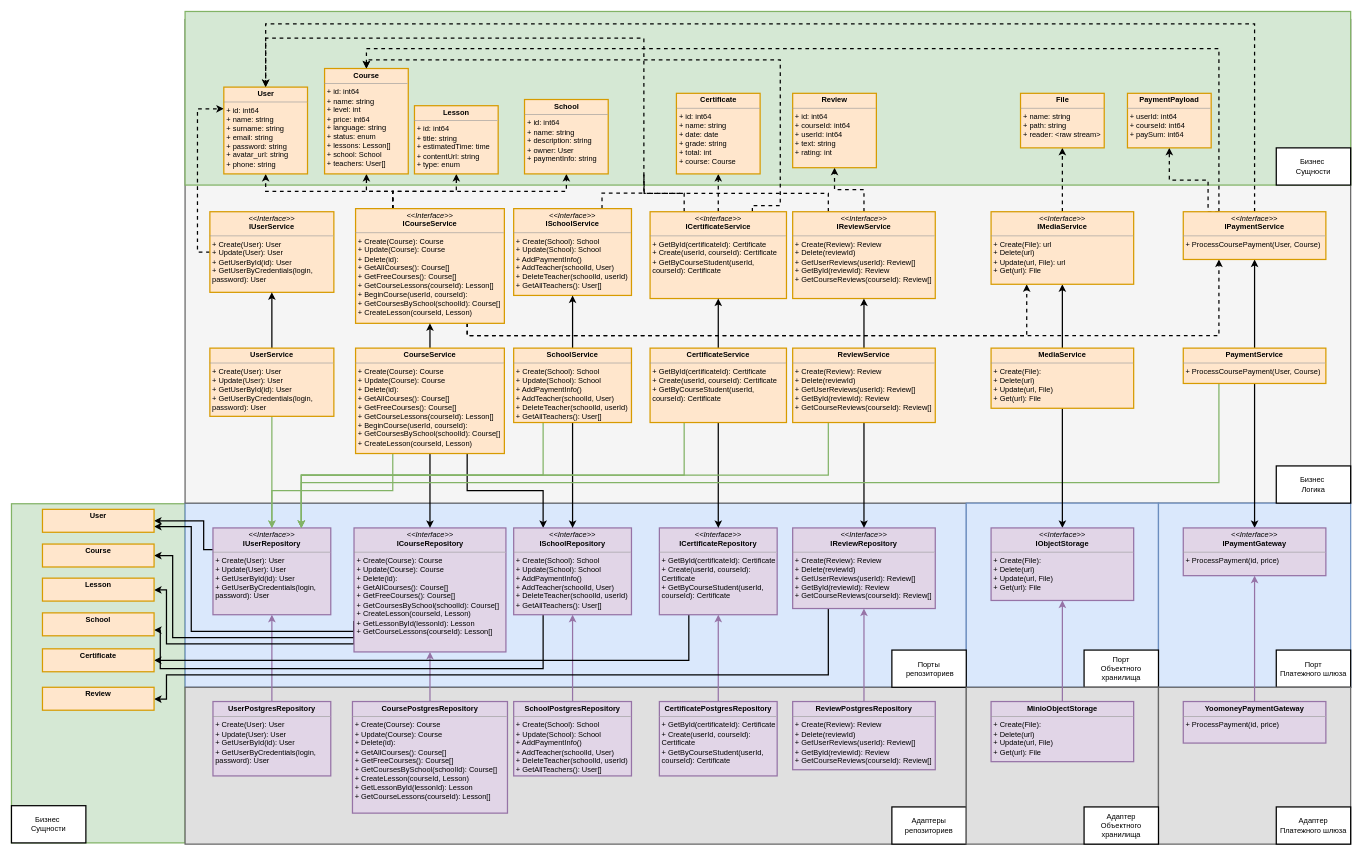
Before: docs/images/class.drawio in paw1a/eschool, a draw.io diagram. Source tidied: cells renumbered, new cells numbered last; positions are measured from the earlier drawing's top-left corner, leaving out a move shared by most shapes. Both pictures are drawn from the tidied source at 62%, with x=0, y=0 at pixel (11, 11).
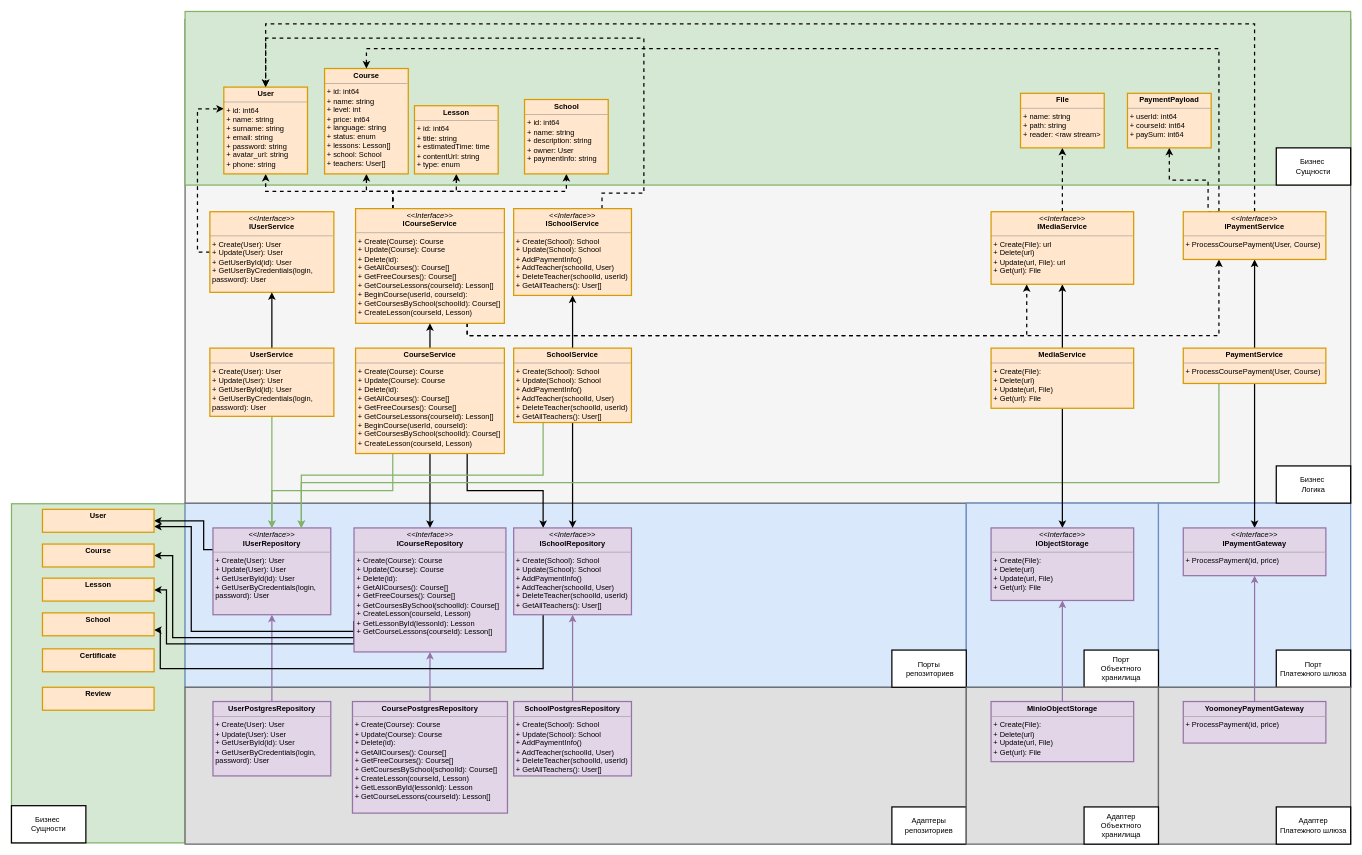
After the change.

The change refers to these unchanged cells:
```xml
<mxCell id="8" value="&lt;p style=&quot;margin:0px;margin-top:4px;text-align:center;&quot;&gt;&lt;i&gt;&amp;lt;&amp;lt;Interface&amp;gt;&amp;gt;&lt;/i&gt;&lt;br&gt;&lt;b&gt;IUserRepository&lt;/b&gt;&lt;/p&gt;&lt;hr size=&quot;1&quot;&gt;&lt;p style=&quot;border-color: var(--border-color); margin: 0px 0px 0px 4px;&quot;&gt;+ Create(User): User&lt;br style=&quot;border-color: var(--border-color);&quot;&gt;+ Update(User): User&lt;/p&gt;&lt;p style=&quot;border-color: var(--border-color); margin: 0px 0px 0px 4px;&quot;&gt;+ GetUserById(id): User&lt;/p&gt;&lt;p style=&quot;border-color: var(--border-color); margin: 0px 0px 0px 4px;&quot;&gt;+ GetUserByCredentials(login, password): User&lt;/p&gt;" style="verticalAlign=top;align=left;overflow=fill;fontSize=12;fontFamily=Helvetica;html=1;whiteSpace=wrap;strokeWidth=2;fillColor=#e1d5e7;strokeColor=#9673a6;" parent="1" vertex="1">
  <mxGeometry x="325" y="833" width="190" height="140" as="geometry" />
</mxCell>
<mxCell id="68" value="&lt;p style=&quot;margin:0px;margin-top:4px;text-align:center;&quot;&gt;&lt;b&gt;Course&lt;/b&gt;&lt;/p&gt;&lt;hr size=&quot;1&quot;&gt;&lt;p style=&quot;border-color: var(--border-color); margin: 0px 0px 0px 4px;&quot;&gt;+ id: int64&lt;br style=&quot;border-color: var(--border-color);&quot;&gt;+ name: string&lt;/p&gt;&lt;p style=&quot;border-color: var(--border-color); margin: 0px 0px 0px 4px;&quot;&gt;+ level: int&lt;/p&gt;&lt;p style=&quot;border-color: var(--border-color); margin: 0px 0px 0px 4px;&quot;&gt;+ price: int64&lt;/p&gt;&lt;p style=&quot;border-color: var(--border-color); margin: 0px 0px 0px 4px;&quot;&gt;+ language: string&lt;/p&gt;&lt;p style=&quot;border-color: var(--border-color); margin: 0px 0px 0px 4px;&quot;&gt;+ status: enum&lt;/p&gt;&lt;p style=&quot;border-color: var(--border-color); margin: 0px 0px 0px 4px;&quot;&gt;+ lessons: Lesson[]&lt;/p&gt;&lt;p style=&quot;border-color: var(--border-color); margin: 0px 0px 0px 4px;&quot;&gt;+ school: School&lt;/p&gt;&lt;p style=&quot;border-color: var(--border-color); margin: 0px 0px 0px 4px;&quot;&gt;+ teachers: User[]&lt;/p&gt;" style="verticalAlign=top;align=left;overflow=fill;fontSize=12;fontFamily=Helvetica;html=1;whiteSpace=wrap;strokeWidth=2;fillColor=#ffe6cc;strokeColor=#d79b00;" parent="1" vertex="1">
  <mxGeometry x="505" y="92" width="135" height="170" as="geometry" />
</mxCell>
<mxCell id="78" value="&lt;p style=&quot;margin:0px;margin-top:4px;text-align:center;&quot;&gt;&lt;b&gt;Certificate&lt;/b&gt;&lt;/p&gt;" style="verticalAlign=top;align=left;overflow=fill;fontSize=12;fontFamily=Helvetica;html=1;whiteSpace=wrap;strokeWidth=2;fillColor=#ffe6cc;strokeColor=#d79b00;" parent="1" vertex="1">
  <mxGeometry x="50" y="1028" width="180" height="37" as="geometry" />
</mxCell>
<mxCell id="79" value="&lt;p style=&quot;margin:0px;margin-top:4px;text-align:center;&quot;&gt;&lt;b&gt;Review&lt;/b&gt;&lt;/p&gt;" style="verticalAlign=top;align=left;overflow=fill;fontSize=12;fontFamily=Helvetica;html=1;whiteSpace=wrap;strokeWidth=2;fillColor=#ffe6cc;strokeColor=#d79b00;" parent="1" vertex="1">
  <mxGeometry x="50" y="1090" width="180" height="37" as="geometry" />
</mxCell>
```

Change to the diagram source:
```diff
@@
-    <mxCell id="44" style="edgeStyle=orthogonalEdgeStyle;rounded=0;jettySize=auto;html=1;exitX=0.25;exitY=1;exitDx=0;exitDy=0;entryX=1;entryY=0.5;entryDx=0;entryDy=0;strokeWidth=2;" parent="1" edge="1" source="45" target="78">
-      <mxGeometry relative="1" as="geometry">
-        <Array as="points">
-          <mxPoint x="1093" y="1046" />
-        </Array>
-      </mxGeometry>
-    </mxCell>
-    <mxCell id="45" value="&lt;p style=&quot;margin:0px;margin-top:4px;text-align:center;&quot;&gt;&lt;i&gt;&amp;lt;&amp;lt;Interface&amp;gt;&amp;gt;&lt;/i&gt;&lt;br&gt;&lt;b&gt;ICertificateRepository&lt;/b&gt;&lt;/p&gt;&lt;hr size=&quot;1&quot;&gt;&lt;p style=&quot;border-color: var(--border-color); margin: 0px 0px 0px 4px;&quot;&gt;+ GetById(certificateId): Certificate&lt;br style=&quot;border-color: var(--border-color);&quot;&gt;+ Create(userId, courseId): Certificate&lt;/p&gt;&lt;p style=&quot;border-color: var(--border-color); margin: 0px 0px 0px 4px;&quot;&gt;+ GetByCourseStudent(userId, courseId): Certificate&lt;/p&gt;" style="verticalAlign=top;align=left;overflow=fill;fontSize=12;fontFamily=Helvetica;html=1;whiteSpace=wrap;strokeWidth=2;fillColor=#e1d5e7;strokeColor=#9673a6;" parent="1" vertex="1">
-      <mxGeometry x="1045" y="833" width="190" height="140" as="geometry" />
-    </mxCell>
-    <mxCell id="46" style="edgeStyle=orthogonalEdgeStyle;rounded=0;jettySize=auto;html=1;exitX=0.5;exitY=0;exitDx=0;exitDy=0;entryX=0.5;entryY=1;entryDx=0;entryDy=0;fillColor=#e1d5e7;strokeColor=#9673a6;strokeWidth=2;" parent="1" edge="1" source="47" target="45">
-      <mxGeometry relative="1" as="geometry" />
-    </mxCell>
-    <mxCell id="47" value="&lt;p style=&quot;margin:0px;margin-top:4px;text-align:center;&quot;&gt;&lt;b&gt;CertificatePostgresRepository&lt;/b&gt;&lt;/p&gt;&lt;hr size=&quot;1&quot;&gt;&lt;p style=&quot;border-color: var(--border-color); margin: 0px 0px 0px 4px;&quot;&gt;+ GetById(certificateId): Certificate&lt;br style=&quot;border-color: var(--border-color);&quot;&gt;+ Create(userId, courseId): Certificate&lt;/p&gt;&lt;p style=&quot;border-color: var(--border-color); margin: 0px 0px 0px 4px;&quot;&gt;+ GetByCourseStudent(userId, courseId): Certificate&lt;/p&gt;" style="verticalAlign=top;align=left;overflow=fill;fontSize=12;fontFamily=Helvetica;html=1;whiteSpace=wrap;strokeWidth=2;fillColor=#e1d5e7;strokeColor=#9673a6;" parent="1" vertex="1">
-      <mxGeometry x="1045" y="1113" width="190" height="120" as="geometry" />
-    </mxCell>
-    <mxCell id="48" style="edgeStyle=orthogonalEdgeStyle;rounded=0;jettySize=auto;html=1;exitX=0.25;exitY=0;exitDx=0;exitDy=0;endArrow=none;endFill=0;dashed=1;strokeWidth=2;" parent="1" edge="1" source="51">
-      <mxGeometry relative="1" as="geometry">
-        <mxPoint x="1020" y="263" as="targetPoint" />
-      </mxGeometry>
-    </mxCell>
-    <mxCell id="49" style="edgeStyle=orthogonalEdgeStyle;rounded=0;jettySize=auto;html=1;exitX=0.5;exitY=0;exitDx=0;exitDy=0;entryX=0.5;entryY=1;entryDx=0;entryDy=0;dashed=1;strokeWidth=2;" parent="1" edge="1" source="51" target="70">
-      <mxGeometry relative="1" as="geometry" />
-    </mxCell>
-    <mxCell id="50" style="edgeStyle=orthogonalEdgeStyle;rounded=0;jettySize=auto;html=1;exitX=0.75;exitY=0;exitDx=0;exitDy=0;entryX=0.5;entryY=0;entryDx=0;entryDy=0;dashed=1;strokeWidth=2;" parent="1" edge="1" source="51" target="68">
-      <mxGeometry relative="1" as="geometry">
-        <Array as="points">
-          <mxPoint x="1195" y="313" />
-          <mxPoint x="1240" y="313" />
-          <mxPoint x="1240" y="78" />
-          <mxPoint x="572" y="78" />
-        </Array>
-      </mxGeometry>
-    </mxCell>
-    <mxCell id="51" value="&lt;p style=&quot;margin:0px;margin-top:4px;text-align:center;&quot;&gt;&lt;i&gt;&amp;lt;&amp;lt;Interface&amp;gt;&amp;gt;&lt;/i&gt;&lt;br&gt;&lt;b&gt;ICertificateService&lt;/b&gt;&lt;/p&gt;&lt;hr size=&quot;1&quot;&gt;&lt;p style=&quot;margin:0px;margin-left:4px;&quot;&gt;+ GetById(certificateId): Certificate&lt;br&gt;+ Create(userId, courseId): Certificate&lt;/p&gt;&lt;p style=&quot;margin:0px;margin-left:4px;&quot;&gt;+ GetByCourseStudent(userId, courseId): Certificate&lt;/p&gt;" style="verticalAlign=top;align=left;overflow=fill;fontSize=12;fontFamily=Helvetica;html=1;whiteSpace=wrap;strokeWidth=2;fillColor=#ffe6cc;strokeColor=#d79b00;" parent="1" vertex="1">
-      <mxGeometry x="1030" y="323" width="220" height="140" as="geometry" />
-    </mxCell>
-    <mxCell id="52" style="edgeStyle=orthogonalEdgeStyle;rounded=0;jettySize=auto;html=1;exitX=0.5;exitY=0;exitDx=0;exitDy=0;entryX=0.5;entryY=1;entryDx=0;entryDy=0;strokeWidth=2;" parent="1" edge="1" source="55" target="51">
-      <mxGeometry relative="1" as="geometry" />
-    </mxCell>
-    <mxCell id="53" style="edgeStyle=orthogonalEdgeStyle;rounded=0;jettySize=auto;html=1;exitX=0.5;exitY=1;exitDx=0;exitDy=0;entryX=0.5;entryY=0;entryDx=0;entryDy=0;strokeWidth=2;endArrow=classic;endFill=1;startArrow=none;startFill=0;" parent="1" edge="1" source="55" target="45">
-      <mxGeometry relative="1" as="geometry" />
-    </mxCell>
-    <mxCell id="54" style="edgeStyle=orthogonalEdgeStyle;rounded=0;jettySize=auto;html=1;exitX=0.25;exitY=1;exitDx=0;exitDy=0;entryX=0.75;entryY=0;entryDx=0;entryDy=0;fillColor=#d5e8d4;strokeColor=#82b366;strokeWidth=2;endArrow=classic;endFill=1;startArrow=none;startFill=0;" parent="1" edge="1" source="55" target="8">
-      <mxGeometry relative="1" as="geometry" />
-    </mxCell>
-    <mxCell id="55" value="&lt;p style=&quot;margin:0px;margin-top:4px;text-align:center;&quot;&gt;&lt;b&gt;CertificateService&lt;/b&gt;&lt;/p&gt;&lt;hr size=&quot;1&quot;&gt;&lt;p style=&quot;border-color: var(--border-color); margin: 0px 0px 0px 4px;&quot;&gt;+ GetById(certificateId): Certificate&lt;br style=&quot;border-color: var(--border-color);&quot;&gt;+ Create(userId, courseId): Certificate&lt;/p&gt;&lt;p style=&quot;border-color: var(--border-color); margin: 0px 0px 0px 4px;&quot;&gt;+ GetByCourseStudent(userId, courseId): Certificate&lt;/p&gt;" style="verticalAlign=top;align=left;overflow=fill;fontSize=12;fontFamily=Helvetica;html=1;whiteSpace=wrap;strokeWidth=2;fillColor=#ffe6cc;strokeColor=#d79b00;" parent="1" vertex="1">
-      <mxGeometry x="1030" y="543" width="220" height="120" as="geometry" />
-    </mxCell>
-    <mxCell id="56" style="edgeStyle=orthogonalEdgeStyle;rounded=0;jettySize=auto;html=1;exitX=0.25;exitY=1;exitDx=0;exitDy=0;strokeWidth=2;" parent="1" edge="1" source="57" target="79">
-      <mxGeometry relative="1" as="geometry">
-        <Array as="points">
-          <mxPoint x="1318" y="1070" />
-          <mxPoint x="250" y="1070" />
-          <mxPoint x="250" y="1109" />
-        </Array>
-      </mxGeometry>
-    </mxCell>
-    <mxCell id="57" value="&lt;p style=&quot;margin:0px;margin-top:4px;text-align:center;&quot;&gt;&lt;i&gt;&amp;lt;&amp;lt;Interface&amp;gt;&amp;gt;&lt;/i&gt;&lt;br&gt;&lt;b&gt;IReviewRepository&lt;/b&gt;&lt;/p&gt;&lt;hr size=&quot;1&quot;&gt;&lt;p style=&quot;border-color: var(--border-color); margin: 0px 0px 0px 4px;&quot;&gt;+ Create(Review): Review&lt;/p&gt;&lt;p style=&quot;border-color: var(--border-color); margin: 0px 0px 0px 4px;&quot;&gt;+ Delete(reviewId)&lt;/p&gt;&lt;p style=&quot;border-color: var(--border-color); margin: 0px 0px 0px 4px;&quot;&gt;+ GetUserReviews(userId): Review[]&lt;/p&gt;&lt;p style=&quot;border-color: var(--border-color); margin: 0px 0px 0px 4px;&quot;&gt;+ GetById(reviewId): Review&lt;/p&gt;&lt;p style=&quot;border-color: var(--border-color); margin: 0px 0px 0px 4px;&quot;&gt;+ GetCourseReviews(courseId): Review[]&lt;/p&gt;" style="verticalAlign=top;align=left;overflow=fill;fontSize=12;fontFamily=Helvetica;html=1;whiteSpace=wrap;strokeWidth=2;fillColor=#e1d5e7;strokeColor=#9673a6;" parent="1" vertex="1">
-      <mxGeometry x="1260" y="833" width="230" height="130" as="geometry" />
-    </mxCell>
-    <mxCell id="58" style="edgeStyle=orthogonalEdgeStyle;rounded=0;jettySize=auto;html=1;exitX=0.5;exitY=0;exitDx=0;exitDy=0;entryX=0.5;entryY=1;entryDx=0;entryDy=0;fillColor=#e1d5e7;strokeColor=#9673a6;strokeWidth=2;" parent="1" edge="1" source="59" target="57">
-      <mxGeometry relative="1" as="geometry" />
-    </mxCell>
-    <mxCell id="59" value="&lt;p style=&quot;margin:0px;margin-top:4px;text-align:center;&quot;&gt;&lt;b&gt;ReviewPostgresRepository&lt;/b&gt;&lt;/p&gt;&lt;hr size=&quot;1&quot;&gt;&lt;p style=&quot;border-color: var(--border-color); margin: 0px 0px 0px 4px;&quot;&gt;+ Create(Review): Review&lt;/p&gt;&lt;p style=&quot;border-color: var(--border-color); margin: 0px 0px 0px 4px;&quot;&gt;+ Delete(reviewId)&lt;/p&gt;&lt;p style=&quot;border-color: var(--border-color); margin: 0px 0px 0px 4px;&quot;&gt;+ GetUserReviews(userId): Review[]&lt;/p&gt;&lt;p style=&quot;border-color: var(--border-color); margin: 0px 0px 0px 4px;&quot;&gt;+ GetById(reviewId): Review&lt;/p&gt;&lt;p style=&quot;border-color: var(--border-color); margin: 0px 0px 0px 4px;&quot;&gt;+ GetCourseReviews(courseId): Review[]&lt;/p&gt;" style="verticalAlign=top;align=left;overflow=fill;fontSize=12;fontFamily=Helvetica;html=1;whiteSpace=wrap;strokeWidth=2;fillColor=#e1d5e7;strokeColor=#9673a6;" parent="1" vertex="1">
-      <mxGeometry x="1260" y="1113" width="230" height="110" as="geometry" />
-    </mxCell>
-    <mxCell id="60" style="edgeStyle=orthogonalEdgeStyle;rounded=0;jettySize=auto;html=1;exitX=0.25;exitY=0;exitDx=0;exitDy=0;endArrow=none;endFill=0;dashed=1;strokeWidth=2;" parent="1" edge="1" source="62">
-      <mxGeometry relative="1" as="geometry">
-        <mxPoint x="1020" y="263" as="targetPoint" />
-      </mxGeometry>
-    </mxCell>
-    <mxCell id="61" style="edgeStyle=orthogonalEdgeStyle;rounded=0;jettySize=auto;html=1;exitX=0.5;exitY=0;exitDx=0;exitDy=0;entryX=0.5;entryY=1;entryDx=0;entryDy=0;dashed=1;strokeWidth=2;" parent="1" edge="1" source="62" target="72">
-      <mxGeometry relative="1" as="geometry" />
-    </mxCell>
-    <mxCell id="62" value="&lt;p style=&quot;margin:0px;margin-top:4px;text-align:center;&quot;&gt;&lt;i&gt;&amp;lt;&amp;lt;Interface&amp;gt;&amp;gt;&lt;/i&gt;&lt;br&gt;&lt;b&gt;IReviewService&lt;/b&gt;&lt;/p&gt;&lt;hr size=&quot;1&quot;&gt;&lt;p style=&quot;margin:0px;margin-left:4px;&quot;&gt;+ Create(Review): Review&lt;/p&gt;&lt;p style=&quot;margin:0px;margin-left:4px;&quot;&gt;+ Delete(reviewId)&lt;/p&gt;&lt;p style=&quot;margin:0px;margin-left:4px;&quot;&gt;+ GetUserReviews(userId): Review[]&lt;/p&gt;&lt;p style=&quot;margin:0px;margin-left:4px;&quot;&gt;+ GetById(reviewId): Review&lt;/p&gt;&lt;p style=&quot;margin:0px;margin-left:4px;&quot;&gt;+ GetCourseReviews(courseId): Review[]&lt;/p&gt;" style="verticalAlign=top;align=left;overflow=fill;fontSize=12;fontFamily=Helvetica;html=1;whiteSpace=wrap;strokeWidth=2;fillColor=#ffe6cc;strokeColor=#d79b00;" parent="1" vertex="1">
-      <mxGeometry x="1260" y="323" width="230" height="140" as="geometry" />
-    </mxCell>
-    <mxCell id="63" style="edgeStyle=orthogonalEdgeStyle;rounded=0;jettySize=auto;html=1;exitX=0.5;exitY=0;exitDx=0;exitDy=0;entryX=0.5;entryY=1;entryDx=0;entryDy=0;strokeWidth=2;" parent="1" edge="1" source="66" target="62">
-      <mxGeometry relative="1" as="geometry" />
-    </mxCell>
-    <mxCell id="64" style="edgeStyle=orthogonalEdgeStyle;rounded=0;jettySize=auto;html=1;exitX=0.5;exitY=1;exitDx=0;exitDy=0;entryX=0.5;entryY=0;entryDx=0;entryDy=0;strokeWidth=2;endArrow=classic;endFill=1;startArrow=none;startFill=0;" parent="1" edge="1" source="66" target="57">
-      <mxGeometry relative="1" as="geometry" />
-    </mxCell>
-    <mxCell id="65" style="edgeStyle=orthogonalEdgeStyle;rounded=0;jettySize=auto;html=1;exitX=0.25;exitY=1;exitDx=0;exitDy=0;entryX=0.75;entryY=0;entryDx=0;entryDy=0;fillColor=#d5e8d4;strokeColor=#82b366;strokeWidth=2;endArrow=classic;endFill=1;startArrow=none;startFill=0;" parent="1" edge="1" source="66" target="8">
-      <mxGeometry relative="1" as="geometry" />
-    </mxCell>
-    <mxCell id="66" value="&lt;p style=&quot;margin:0px;margin-top:4px;text-align:center;&quot;&gt;&lt;b&gt;ReviewService&lt;/b&gt;&lt;/p&gt;&lt;hr size=&quot;1&quot;&gt;&lt;p style=&quot;border-color: var(--border-color); margin: 0px 0px 0px 4px;&quot;&gt;+ Create(Review): Review&lt;/p&gt;&lt;p style=&quot;border-color: var(--border-color); margin: 0px 0px 0px 4px;&quot;&gt;+ Delete(reviewId)&lt;/p&gt;&lt;p style=&quot;border-color: var(--border-color); margin: 0px 0px 0px 4px;&quot;&gt;+ GetUserReviews(userId): Review[]&lt;/p&gt;&lt;p style=&quot;border-color: var(--border-color); margin: 0px 0px 0px 4px;&quot;&gt;+ GetById(reviewId): Review&lt;/p&gt;&lt;p style=&quot;border-color: var(--border-color); margin: 0px 0px 0px 4px;&quot;&gt;+ GetCourseReviews(courseId): Review[]&lt;/p&gt;" style="verticalAlign=top;align=left;overflow=fill;fontSize=12;fontFamily=Helvetica;html=1;whiteSpace=wrap;strokeWidth=2;fillColor=#ffe6cc;strokeColor=#d79b00;" parent="1" vertex="1">
-      <mxGeometry x="1260" y="543" width="230" height="120" as="geometry" />
-    </mxCell>
@@
-    <mxCell id="70" value="&lt;p style=&quot;margin:0px;margin-top:4px;text-align:center;&quot;&gt;&lt;b&gt;Certificate&lt;/b&gt;&lt;/p&gt;&lt;hr size=&quot;1&quot;&gt;&lt;p style=&quot;border-color: var(--border-color); margin: 0px 0px 0px 4px;&quot;&gt;+ id: int64&lt;br style=&quot;border-color: var(--border-color);&quot;&gt;+ name: string&lt;/p&gt;&lt;p style=&quot;border-color: var(--border-color); margin: 0px 0px 0px 4px;&quot;&gt;+ date: date&lt;/p&gt;&lt;p style=&quot;border-color: var(--border-color); margin: 0px 0px 0px 4px;&quot;&gt;+ grade: string&lt;/p&gt;&lt;p style=&quot;border-color: var(--border-color); margin: 0px 0px 0px 4px;&quot;&gt;+ total: int&lt;/p&gt;&lt;p style=&quot;border-color: var(--border-color); margin: 0px 0px 0px 4px;&quot;&gt;+ course: Course&lt;span style=&quot;background-color: initial;&quot;&gt;&amp;nbsp;&lt;/span&gt;&lt;/p&gt;" style="verticalAlign=top;align=left;overflow=fill;fontSize=12;fontFamily=Helvetica;html=1;whiteSpace=wrap;strokeWidth=2;fillColor=#ffe6cc;strokeColor=#d79b00;" parent="1" vertex="1">
-      <mxGeometry x="1072.5" y="132" width="135" height="130" as="geometry" />
-    </mxCell>
@@
-    <mxCell id="72" value="&lt;p style=&quot;margin:0px;margin-top:4px;text-align:center;&quot;&gt;&lt;b&gt;Review&lt;/b&gt;&lt;/p&gt;&lt;hr size=&quot;1&quot;&gt;&lt;p style=&quot;border-color: var(--border-color); margin: 0px 0px 0px 4px;&quot;&gt;+ id: int64&lt;br style=&quot;border-color: var(--border-color);&quot;&gt;+ courseId: int64&lt;/p&gt;&lt;p style=&quot;border-color: var(--border-color); margin: 0px 0px 0px 4px;&quot;&gt;+ userId: int64&lt;/p&gt;&lt;p style=&quot;border-color: var(--border-color); margin: 0px 0px 0px 4px;&quot;&gt;+ text: string&lt;/p&gt;&lt;p style=&quot;border-color: var(--border-color); margin: 0px 0px 0px 4px;&quot;&gt;+ rating: int&lt;/p&gt;" style="verticalAlign=top;align=left;overflow=fill;fontSize=12;fontFamily=Helvetica;html=1;whiteSpace=wrap;strokeWidth=2;fillColor=#ffe6cc;strokeColor=#d79b00;" parent="1" vertex="1">
-      <mxGeometry x="1260" y="132" width="135" height="120" as="geometry" />
-    </mxCell>
```
